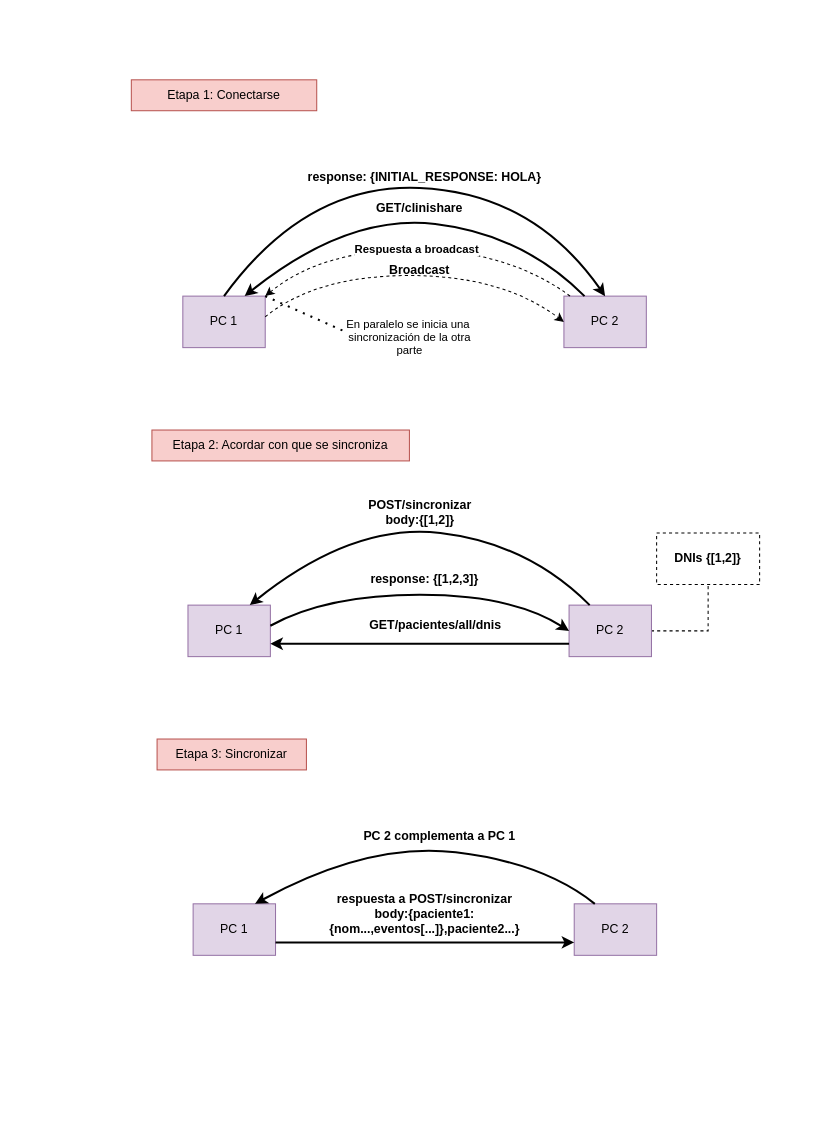
This is documentación/diagramas/clinishare etapas de sincronizacion .drawio from jonathanc0101/CliniShare, a draw.io file, before an edit. Source tidied: cells renumbered, new cells numbered last; positions are measured from the earlier drawing's top-left corner, leaving out a move shared by most shapes. Both pictures are drawn from the tidied source at 103%, with x=0, y=0 at pixel (131, 79).
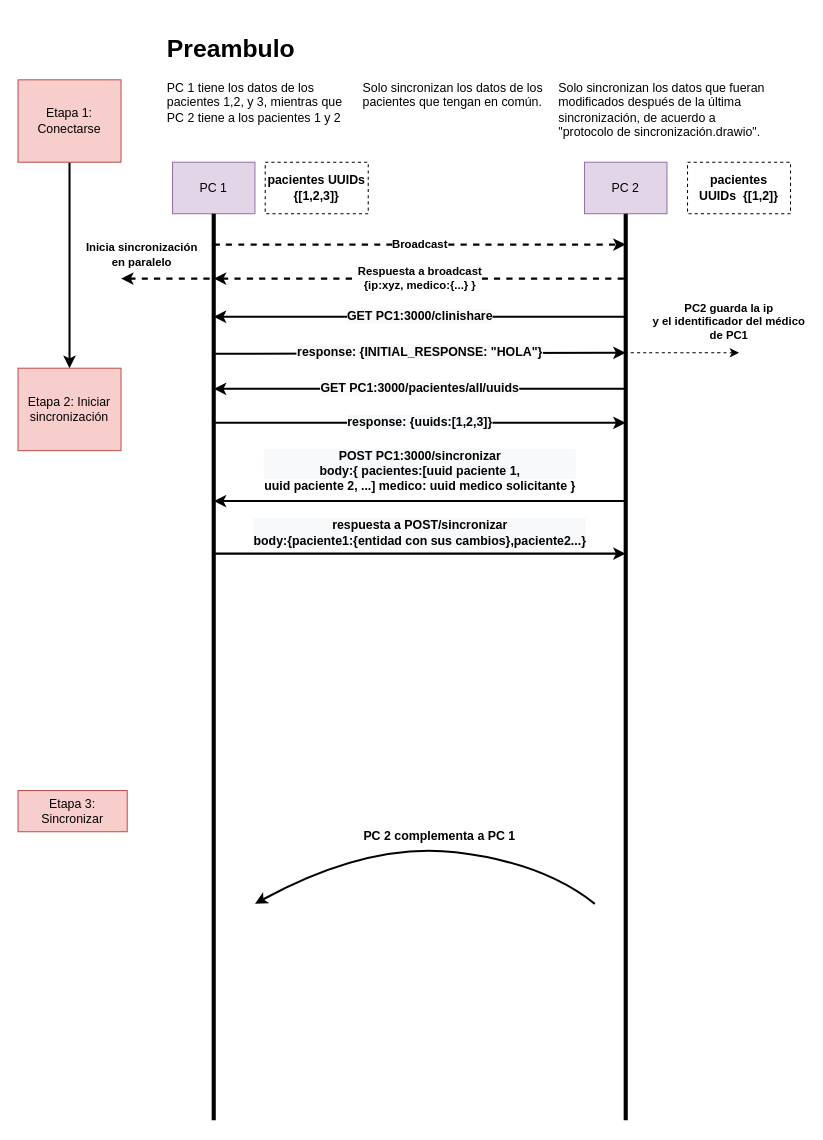
After the change.

What changed in the source:
```diff
@@
     <mxCell id="2" value="PC 1" style="rounded=0;whiteSpace=wrap;html=1;fillColor=#e1d5e7;strokeColor=#9673a6;" parent="1" vertex="1">
-      <mxGeometry x="50" y="210" width="80" height="50" as="geometry" />
+      <mxGeometry x="40" y="80" width="80" height="50" as="geometry" />
     </mxCell>
     <mxCell id="3" value="PC 2" style="rounded=0;whiteSpace=wrap;html=1;fillColor=#e1d5e7;strokeColor=#9673a6;" parent="1" vertex="1">
-      <mxGeometry x="420" y="210" width="80" height="50" as="geometry" />
+      <mxGeometry x="440" y="80" width="80" height="50" as="geometry" />
     </mxCell>
-    <mxCell id="4" style="curved=1;endArrow=classic;html=1;rounded=0;entryX=0.5;entryY=0;entryDx=0;entryDy=0;exitX=0.5;exitY=0;exitDx=0;exitDy=0;strokeWidth=2;" parent="1" edge="1" source="2" target="3">
-      <mxGeometry relative="1" as="geometry">
+    <mxCell id="4" value="&lt;b style=&quot;font-size: 12px; background-color: rgb(248, 249, 250);&quot;&gt;response: {INITIAL_RESPONSE: &quot;HOLA&quot;}&lt;/b&gt;" style="curved=1;endArrow=classic;html=1;rounded=0;strokeWidth=2;" parent="1" edge="1">
+      <mxGeometry y="1" relative="1" as="geometry">
+        <mxPoint x="80" y="266" as="sourcePoint" />
+        <mxPoint x="480" y="265" as="targetPoint" />
         <Array as="points">
-          <mxPoint x="170" y="100" />
-          <mxPoint x="390" y="110" />
+          <mxPoint x="190" y="266" />
         </Array>
       </mxGeometry>
     </mxCell>
-    <mxCell id="5" style="curved=1;endArrow=classic;html=1;rounded=0;exitX=0.25;exitY=0;exitDx=0;exitDy=0;entryX=0.75;entryY=0;entryDx=0;entryDy=0;strokeWidth=2;" parent="1" edge="1" source="3" target="2">
+    <mxCell id="5" value="&lt;b style=&quot;color: rgb(0, 0, 0); font-family: Helvetica; font-size: 12px; font-style: normal; font-variant-ligatures: normal; font-variant-caps: normal; letter-spacing: normal; orphans: 2; text-align: center; text-indent: 0px; text-transform: none; widows: 2; word-spacing: 0px; -webkit-text-stroke-width: 0px; background-color: rgb(248, 249, 250); text-decoration-thickness: initial; text-decoration-style: initial; text-decoration-color: initial;&quot;&gt;GET PC1:3000/clinishare&lt;/b&gt;" style="curved=1;endArrow=classic;html=1;rounded=0;strokeWidth=2;" parent="1" edge="1">
       <mxGeometry relative="1" as="geometry">
-        <Array as="points">
-          <mxPoint x="380" y="150" />
-          <mxPoint x="210" y="130" />
-        </Array>
+        <mxPoint x="480" y="230" as="sourcePoint" />
+        <mxPoint x="80" y="230" as="targetPoint" />
       </mxGeometry>
     </mxCell>
-    <mxCell id="6" style="curved=1;endArrow=classic;html=1;rounded=0;entryX=0;entryY=0.5;entryDx=0;entryDy=0;fontStyle=1;dashed=1;" parent="1" edge="1" target="3">
+    <mxCell id="6" value="Broadcast" style="curved=1;endArrow=classic;html=1;rounded=0;fontStyle=1;dashed=1;strokeWidth=2;" parent="1" edge="1">
       <mxGeometry relative="1" as="geometry">
-        <mxPoint x="130" y="230" as="sourcePoint" />
-        <Array as="points">
-          <mxPoint x="180" y="190" />
-          <mxPoint x="360" y="190" />
-        </Array>
+        <mxPoint x="80" y="160" as="sourcePoint" />
+        <mxPoint x="480" y="160" as="targetPoint" />
       </mxGeometry>
     </mxCell>
-    <mxCell id="7" value="&lt;b&gt;Broadcast&lt;/b&gt;" style="text;html=1;strokeColor=none;fillColor=none;align=center;verticalAlign=middle;whiteSpace=wrap;rounded=0;" parent="1" vertex="1">
-      <mxGeometry x="250" y="170" width="60" height="30" as="geometry" />
-    </mxCell>
-    <mxCell id="8" value="&lt;b&gt;GET/clinishare&lt;/b&gt;" style="text;html=1;strokeColor=none;fillColor=none;align=center;verticalAlign=middle;whiteSpace=wrap;rounded=0;" parent="1" vertex="1">
-      <mxGeometry x="250" y="110" width="60" height="30" as="geometry" />
-    </mxCell>
-    <mxCell id="9" value="&lt;b&gt;response: {INITIAL_RESPONSE: HOLA}&lt;/b&gt;" style="text;html=1;strokeColor=none;fillColor=none;align=center;verticalAlign=middle;whiteSpace=wrap;rounded=0;" parent="1" vertex="1">
-      <mxGeometry x="125" y="80" width="320" height="30" as="geometry" />
-    </mxCell>
+    <mxCell id="31" style="edgeStyle=orthogonalEdgeStyle;rounded=0;jettySize=auto;html=1;strokeWidth=2;" parent="1" edge="1" source="10" target="20">
+      <mxGeometry relative="1" as="geometry" />
+    </mxCell>
     <mxCell id="10" value="Etapa 1: Conectarse" style="text;html=1;strokeColor=#b85450;fillColor=#f8cecc;align=center;verticalAlign=middle;whiteSpace=wrap;rounded=0;" parent="1" vertex="1">
-      <mxGeometry width="180" height="30" as="geometry" />
+      <mxGeometry x="-110" width="100" height="80" as="geometry" />
     </mxCell>
-    <mxCell id="11" value="PC 1" style="rounded=0;whiteSpace=wrap;html=1;fillColor=#e1d5e7;strokeColor=#9673a6;" parent="1" vertex="1">
-      <mxGeometry x="55" y="510" width="80" height="50" as="geometry" />
-    </mxCell>
-    <mxCell id="12" style="edgeStyle=orthogonalEdgeStyle;rounded=0;jettySize=auto;html=1;exitX=1;exitY=0.25;exitDx=0;exitDy=0;dashed=1;strokeWidth=1;endArrow=none;endFill=0;" parent="1" edge="1" source="13" target="28">
-      <mxGeometry relative="1" as="geometry">
-        <Array as="points">
-          <mxPoint x="505" y="535" />
-          <mxPoint x="560" y="535" />
-        </Array>
-      </mxGeometry>
-    </mxCell>
-    <mxCell id="13" value="PC 2" style="rounded=0;whiteSpace=wrap;html=1;fillColor=#e1d5e7;strokeColor=#9673a6;" parent="1" vertex="1">
-      <mxGeometry x="425" y="510" width="80" height="50" as="geometry" />
-    </mxCell>
-    <mxCell id="14" style="curved=1;endArrow=classic;html=1;rounded=0;exitX=0.25;exitY=0;exitDx=0;exitDy=0;entryX=0.75;entryY=0;entryDx=0;entryDy=0;strokeWidth=2;" parent="1" edge="1" source="13" target="11">
-      <mxGeometry relative="1" as="geometry">
-        <Array as="points">
-          <mxPoint x="385" y="450" />
-          <mxPoint x="215" y="430" />
-        </Array>
+    <mxCell id="14" value="&lt;div style=&quot;color: rgb(0, 0, 0); font-family: Helvetica; font-size: 12px; font-style: normal; font-variant-ligatures: normal; font-variant-caps: normal; font-weight: 400; letter-spacing: normal; orphans: 2; text-align: center; text-indent: 0px; text-transform: none; widows: 2; word-spacing: 0px; -webkit-text-stroke-width: 0px; background-color: rgb(248, 249, 250); text-decoration-thickness: initial; text-decoration-style: initial; text-decoration-color: initial;&quot;&gt;&lt;b&gt;POST PC1:3000/sincronizar&lt;/b&gt;&lt;/div&gt;&lt;div style=&quot;color: rgb(0, 0, 0); font-family: Helvetica; font-size: 12px; font-style: normal; font-variant-ligatures: normal; font-variant-caps: normal; font-weight: 400; letter-spacing: normal; orphans: 2; text-align: center; text-indent: 0px; text-transform: none; widows: 2; word-spacing: 0px; -webkit-text-stroke-width: 0px; background-color: rgb(248, 249, 250); text-decoration-thickness: initial; text-decoration-style: initial; text-decoration-color: initial;&quot;&gt;&lt;b&gt;body:{ pacientes:[uuid paciente 1,&lt;/b&gt;&lt;/div&gt;&lt;b style=&quot;font-size: 12px;&quot;&gt;uuid paciente 2, ...&lt;/b&gt;&lt;b style=&quot;font-size: 12px;&quot;&gt;] medico: uuid medico solicitante }&lt;/b&gt;&lt;b style=&quot;font-size: 12px;&quot;&gt;&lt;br&gt;&lt;/b&gt;" style="curved=1;endArrow=classic;html=1;rounded=0;strokeWidth=2;" parent="1" edge="1">
+      <mxGeometry y="-29" relative="1" as="geometry">
+        <mxPoint x="480" y="409" as="sourcePoint" />
+        <mxPoint x="80" y="409" as="targetPoint" />
       </mxGeometry>
     </mxCell>
-    <mxCell id="15" style="curved=1;endArrow=classic;html=1;rounded=0;entryX=0;entryY=0.5;entryDx=0;entryDy=0;strokeWidth=2;" parent="1" edge="1" target="13">
+    <mxCell id="15" value="&lt;b style=&quot;color: rgb(0, 0, 0); font-family: Helvetica; font-size: 12px; font-style: normal; font-variant-ligatures: normal; font-variant-caps: normal; letter-spacing: normal; orphans: 2; text-align: center; text-indent: 0px; text-transform: none; widows: 2; word-spacing: 0px; -webkit-text-stroke-width: 0px; background-color: rgb(248, 249, 250); text-decoration-thickness: initial; text-decoration-style: initial; text-decoration-color: initial;&quot;&gt;response: {uuids:[1,2,3]}&lt;/b&gt;" style="curved=1;endArrow=classic;html=1;rounded=0;strokeWidth=2;" parent="1" edge="1">
       <mxGeometry relative="1" as="geometry">
-        <mxPoint x="135" y="530" as="sourcePoint" />
+        <mxPoint x="80" y="333" as="sourcePoint" />
+        <mxPoint x="480" y="333" as="targetPoint" />
         <Array as="points">
-          <mxPoint x="190" y="500" />
-          <mxPoint x="370" y="500" />
+          <mxPoint x="190" y="333" />
+          <mxPoint x="400" y="333" />
         </Array>
       </mxGeometry>
     </mxCell>
-    <mxCell id="16" style="endArrow=classic;html=1;rounded=0;exitX=0;exitY=0.75;exitDx=0;exitDy=0;entryX=1;entryY=0.75;entryDx=0;entryDy=0;strokeWidth=2;" parent="1" edge="1" source="13" target="11">
-      <mxGeometry relative="1" as="geometry" />
+    <mxCell id="16" value="&lt;b style=&quot;color: rgb(0, 0, 0); font-family: Helvetica; font-size: 12px; font-style: normal; font-variant-ligatures: normal; font-variant-caps: normal; letter-spacing: normal; orphans: 2; text-align: center; text-indent: 0px; text-transform: none; widows: 2; word-spacing: 0px; -webkit-text-stroke-width: 0px; background-color: rgb(248, 249, 250); text-decoration-thickness: initial; text-decoration-style: initial; text-decoration-color: initial;&quot;&gt;GET PC1:3000/pacientes/all/uuids&lt;/b&gt;" style="endArrow=classic;html=1;rounded=0;strokeWidth=2;" parent="1" edge="1">
+      <mxGeometry relative="1" as="geometry">
+        <mxPoint x="480" y="300" as="sourcePoint" />
+        <mxPoint x="80" y="300" as="targetPoint" />
+      </mxGeometry>
     </mxCell>
-    <mxCell id="17" value="&lt;b&gt;response: {[1,2,3]}&lt;/b&gt;" style="text;html=1;strokeColor=none;fillColor=none;align=center;verticalAlign=middle;whiteSpace=wrap;rounded=0;" parent="1" vertex="1">
-      <mxGeometry x="216.2" y="470" width="137.5" height="30" as="geometry" />
-    </mxCell>
-    <mxCell id="18" value="&lt;div&gt;&lt;b&gt;POST/sincronizar&lt;/b&gt;&lt;/div&gt;&lt;div&gt;&lt;b&gt;body:{[1,2]}&lt;br&gt;&lt;/b&gt;&lt;/div&gt;" style="text;html=1;strokeColor=none;fillColor=none;align=center;verticalAlign=middle;whiteSpace=wrap;rounded=0;" parent="1" vertex="1">
-      <mxGeometry x="213.5" y="400" width="133" height="40" as="geometry" />
-    </mxCell>
-    <mxCell id="19" value="&lt;b&gt;GET/pacientes/all/dnis&lt;/b&gt;" style="text;html=1;strokeColor=none;fillColor=none;align=center;verticalAlign=middle;whiteSpace=wrap;rounded=0;" parent="1" vertex="1">
-      <mxGeometry x="208.8" y="515" width="172.5" height="30" as="geometry" />
-    </mxCell>
-    <mxCell id="20" value="Etapa 2: Acordar con que se sincroniza" style="text;html=1;strokeColor=#b85450;fillColor=#f8cecc;align=center;verticalAlign=middle;whiteSpace=wrap;rounded=0;" parent="1" vertex="1">
-      <mxGeometry x="20" y="340" width="250" height="30" as="geometry" />
+    <mxCell id="20" value="Etapa 2: Iniciar sincronización" style="text;html=1;strokeColor=#b85450;fillColor=#f8cecc;align=center;verticalAlign=middle;whiteSpace=wrap;rounded=0;" parent="1" vertex="1">
+      <mxGeometry x="-110" y="280" width="100" height="80" as="geometry" />
     </mxCell>
-    <mxCell id="21" value="PC 1" style="rounded=0;whiteSpace=wrap;html=1;fillColor=#e1d5e7;strokeColor=#9673a6;" parent="1" vertex="1">
-      <mxGeometry x="60" y="800" width="80" height="50" as="geometry" />
-    </mxCell>
-    <mxCell id="22" value="PC 2" style="rounded=0;whiteSpace=wrap;html=1;fillColor=#e1d5e7;strokeColor=#9673a6;" parent="1" vertex="1">
-      <mxGeometry x="430" y="800" width="80" height="50" as="geometry" />
-    </mxCell>
-    <mxCell id="23" style="curved=1;endArrow=classic;html=1;rounded=0;exitX=0.25;exitY=0;exitDx=0;exitDy=0;entryX=0.75;entryY=0;entryDx=0;entryDy=0;strokeWidth=2;" parent="1" edge="1" source="22" target="21">
+    <mxCell id="23" style="curved=1;endArrow=classic;html=1;rounded=0;exitX=0.25;exitY=0;exitDx=0;exitDy=0;entryX=0.75;entryY=0;entryDx=0;entryDy=0;strokeWidth=2;" parent="1" edge="1">
       <mxGeometry relative="1" as="geometry">
+        <mxPoint x="450" y="800" as="sourcePoint" />
+        <mxPoint x="120" y="800" as="targetPoint" />
         <Array as="points">
           <mxPoint x="400" y="760" />
           <mxPoint x="230" y="740" />
         </Array>
       </mxGeometry>
     </mxCell>
@@
-    <mxCell id="25" value="&lt;div&gt;&lt;b&gt;respuesta a POST/sincronizar&lt;/b&gt;&lt;/div&gt;&lt;div&gt;&lt;b&gt;body:{paciente1:{nom...,eventos[...]},paciente2...}&lt;br&gt;&lt;/b&gt;&lt;/div&gt;" style="text;html=1;strokeColor=none;fillColor=none;align=center;verticalAlign=middle;whiteSpace=wrap;rounded=0;" parent="1" vertex="1">
-      <mxGeometry x="160" y="790" width="250" height="40" as="geometry" />
-    </mxCell>
     <mxCell id="26" value="Etapa 3: Sincronizar" style="text;html=1;strokeColor=#b85450;fillColor=#f8cecc;align=center;verticalAlign=middle;whiteSpace=wrap;rounded=0;" parent="1" vertex="1">
-      <mxGeometry x="25" y="640" width="145" height="30" as="geometry" />
+      <mxGeometry x="-110" y="690" width="106" height="40" as="geometry" />
     </mxCell>
-    <mxCell id="27" style="endArrow=classic;html=1;rounded=0;exitX=1;exitY=0.75;exitDx=0;exitDy=0;entryX=0;entryY=0.75;entryDx=0;entryDy=0;strokeWidth=2;" parent="1" edge="1" source="21" target="22">
-      <mxGeometry relative="1" as="geometry" />
+    <mxCell id="27" value="&lt;div style=&quot;color: rgb(0, 0, 0); font-family: Helvetica; font-size: 12px; font-style: normal; font-variant-ligatures: normal; font-variant-caps: normal; font-weight: 400; letter-spacing: normal; orphans: 2; text-align: center; text-indent: 0px; text-transform: none; widows: 2; word-spacing: 0px; -webkit-text-stroke-width: 0px; background-color: rgb(248, 249, 250); text-decoration-thickness: initial; text-decoration-style: initial; text-decoration-color: initial;&quot;&gt;&lt;b&gt;respuesta a POST/sincronizar&lt;/b&gt;&lt;/div&gt;&lt;div style=&quot;color: rgb(0, 0, 0); font-family: Helvetica; font-size: 12px; font-style: normal; font-variant-ligatures: normal; font-variant-caps: normal; font-weight: 400; letter-spacing: normal; orphans: 2; text-align: center; text-indent: 0px; text-transform: none; widows: 2; word-spacing: 0px; -webkit-text-stroke-width: 0px; background-color: rgb(248, 249, 250); text-decoration-thickness: initial; text-decoration-style: initial; text-decoration-color: initial;&quot;&gt;&lt;b&gt;body:{paciente1:{entidad con sus cambios},paciente2...}&lt;/b&gt;&lt;/div&gt;" style="endArrow=classic;html=1;rounded=0;strokeWidth=2;" parent="1" edge="1">
+      <mxGeometry y="20" relative="1" as="geometry">
+        <mxPoint x="80" y="460" as="sourcePoint" />
+        <mxPoint x="480" y="460" as="targetPoint" />
+      </mxGeometry>
     </mxCell>
-    <mxCell id="28" value="&lt;b&gt;DNIs {[1,2]}&lt;/b&gt;" style="rounded=0;whiteSpace=wrap;html=1;dashed=1;" parent="1" vertex="1">
-      <mxGeometry x="510" y="440" width="100" height="50" as="geometry" />
+    <mxCell id="28" value="&lt;b&gt;pacientes UUIDs&amp;nbsp;&lt;/b&gt;&lt;b&gt;&amp;nbsp;{[1,2]}&lt;/b&gt;" style="rounded=0;whiteSpace=wrap;html=1;dashed=1;" parent="1" vertex="1">
+      <mxGeometry x="540" y="80" width="100" height="50" as="geometry" />
     </mxCell>
-    <mxCell id="29" value="Respuesta a broadcast" style="curved=1;endArrow=none;html=1;rounded=0;fontStyle=1;dashed=1;startArrow=classic;startFill=1;endFill=0;exitX=1;exitY=0;exitDx=0;exitDy=0;" parent="1" edge="1" source="2" target="3">
+    <mxCell id="29" value="Respuesta a broadcast&lt;br&gt;{ip:xyz, medico:{...} }" style="curved=1;endArrow=none;html=1;rounded=0;fontStyle=1;dashed=1;startArrow=classic;startFill=1;endFill=0;strokeWidth=2;" parent="1" edge="1">
       <mxGeometry relative="1" as="geometry">
+        <mxPoint x="80" y="193" as="sourcePoint" />
+        <mxPoint x="480" y="193" as="targetPoint" />
         <Array as="points">
-          <mxPoint x="185" y="165" />
-          <mxPoint x="365" y="165" />
+          <mxPoint x="190" y="193" />
         </Array>
       </mxGeometry>
     </mxCell>
-    <mxCell id="30" value="En paralelo se inicia una&amp;nbsp;&lt;br&gt;sincronización de la otra&lt;br&gt;parte" style="endArrow=none;dashed=1;html=1;dashPattern=1 3;strokeWidth=2;rounded=0;" parent="1" edge="1">
-      <mxGeometry x="1" y="50" relative="1" as="geometry">
-        <mxPoint x="130" y="210" as="sourcePoint" />
-        <mxPoint x="220" y="250" as="targetPoint" />
-        <mxPoint x="30" y="46" as="offset" />
-      </mxGeometry>
-    </mxCell>
+    <mxCell id="32" style="endArrow=none;html=1;rounded=0;exitX=0.5;exitY=1;exitDx=0;exitDy=0;strokeWidth=4;" parent="1" edge="1" source="2">
+      <mxGeometry relative="1" as="geometry">
+        <mxPoint x="80" y="1010" as="targetPoint" />
+      </mxGeometry>
+    </mxCell>
+    <mxCell id="33" style="endArrow=none;html=1;rounded=0;exitX=0.5;exitY=1;exitDx=0;exitDy=0;strokeWidth=4;" parent="1" edge="1">
+      <mxGeometry relative="1" as="geometry">
+        <mxPoint x="480" y="130" as="sourcePoint" />
+        <mxPoint x="480" y="1010" as="targetPoint" />
+      </mxGeometry>
+    </mxCell>
+    <mxCell id="34" value="Inicia sincronización&lt;br&gt;en paralelo" style="curved=1;endArrow=none;html=1;rounded=0;fontStyle=1;dashed=1;startArrow=classic;startFill=1;endFill=0;strokeWidth=2;" parent="1" edge="1">
+      <mxGeometry x="-0.56" y="23" relative="1" as="geometry">
+        <mxPoint x="-10" y="193" as="sourcePoint" />
+        <mxPoint x="80" y="193" as="targetPoint" />
+      </mxGeometry>
+    </mxCell>
+    <mxCell id="35" value="PC2 guarda la ip&lt;br&gt;y el identificador del médico&lt;br&gt;de PC1" style="curved=1;endArrow=none;html=1;rounded=0;fontStyle=1;dashed=1;startArrow=classic;startFill=1;endFill=0;" parent="1" edge="1">
+      <mxGeometry x="-0.82" y="-30" relative="1" as="geometry">
+        <mxPoint x="590" y="265" as="sourcePoint" />
+        <mxPoint x="480" y="265" as="targetPoint" />
+      </mxGeometry>
+    </mxCell>
+    <mxCell id="36" value="&lt;h1&gt;Preambulo&lt;/h1&gt;&lt;p&gt;PC 1 tiene los datos de los pacientes 1,2, y 3, mientras que PC 2 tiene a los pacientes 1 y 2&lt;/p&gt;" style="text;html=1;strokeColor=none;fillColor=none;spacing=5;spacingTop=-20;whiteSpace=wrap;overflow=hidden;rounded=0;" parent="1" vertex="1">
+      <mxGeometry x="30" y="-50" width="190" height="120" as="geometry" />
+    </mxCell>
+    <mxCell id="37" value="&lt;b&gt;pacientes UUIDs {[1,2,3]}&lt;/b&gt;" style="rounded=0;whiteSpace=wrap;html=1;dashed=1;" parent="1" vertex="1">
+      <mxGeometry x="130" y="80" width="100" height="50" as="geometry" />
+    </mxCell>
+    <mxCell id="38" value="&lt;h1&gt;&lt;br&gt;&lt;/h1&gt;&lt;p&gt;Solo sincronizan los datos de los pacientes que tengan en común.&lt;/p&gt;" style="text;html=1;strokeColor=none;fillColor=none;spacing=5;spacingTop=-20;whiteSpace=wrap;overflow=hidden;rounded=0;" parent="1" vertex="1">
+      <mxGeometry x="220" y="-50" width="190" height="120" as="geometry" />
+    </mxCell>
+    <mxCell id="39" value="&lt;h1&gt;&lt;br&gt;&lt;/h1&gt;&lt;p&gt;Solo sincronizan los datos que fueran modificados después de la última sincronización, de acuerdo a &quot;protocolo de sincronización.drawio&quot;.&lt;/p&gt;" style="text;html=1;strokeColor=none;fillColor=none;spacing=5;spacingTop=-20;whiteSpace=wrap;overflow=hidden;rounded=0;" parent="1" vertex="1">
+      <mxGeometry x="410" y="-50" width="210" height="120" as="geometry" />
+    </mxCell>
```
